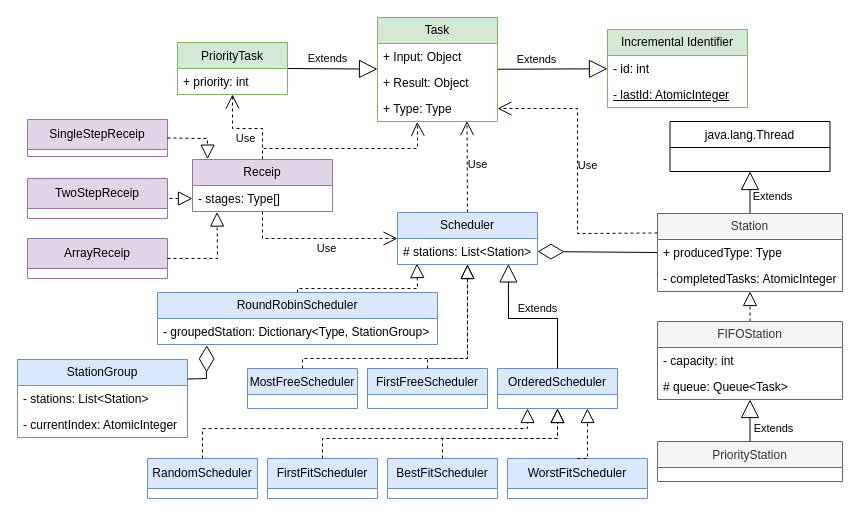
The draw.io diagram page "General class diagram" (1 of 2) of assets/class-diagram.drawio in Richie314/McDonaldScheduler, before the edit. Source tidied: cells renumbered, new cells numbered last; positions are measured from the earlier drawing's top-left corner, leaving out a move shared by most shapes. Both pictures are drawn from the tidied source at 100%, with x=0, y=0 at pixel (17, 17).
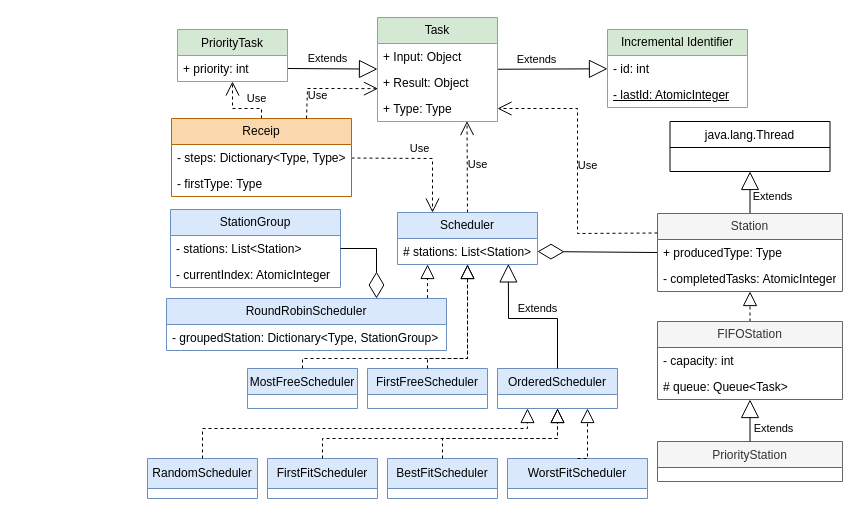
The same diagram, later.

Commit message (it also covers changes not shown here):
Modified Receipt to use a Dictionary instead of an array

The change refers to these unchanged cells:
```xml
<mxCell id="26" value="- stations: List&amp;lt;Station&amp;gt;" style="text;strokeColor=none;fillColor=none;align=left;verticalAlign=top;spacingLeft=4;spacingRight=4;overflow=hidden;points=[[0,0.5],[1,0.5]];portConstraint=eastwest;whiteSpace=wrap;html=1;" parent="25" vertex="1">
  <mxGeometry y="26" width="170" height="26" as="geometry" />
</mxCell>
<mxCell id="43" value="+ priority: int" style="text;strokeColor=none;fillColor=none;align=left;verticalAlign=top;spacingLeft=4;spacingRight=4;overflow=hidden;points=[[0,0.5],[1,0.5]];portConstraint=eastwest;whiteSpace=wrap;html=1;" parent="42" vertex="1">
  <mxGeometry y="26" width="110" height="26" as="geometry" />
</mxCell>
<mxCell id="44" value="Task" style="swimlane;fontStyle=0;horizontal=1;startSize=26;fillColor=#d5e8d4;whiteSpace=wrap;html=1;strokeColor=#82b366;fillStyle=auto;fontColor=light-dark(#000000,#000000);" parent="1" vertex="1">
  <mxGeometry x="360" width="120" height="104" as="geometry" />
</mxCell>
<mxCell id="46" value="+ Result: Object" style="text;strokeColor=none;fillColor=none;align=left;verticalAlign=top;spacingLeft=4;spacingRight=4;overflow=hidden;points=[[0,0.5],[1,0.5]];portConstraint=eastwest;whiteSpace=wrap;html=1;" parent="44" vertex="1">
  <mxGeometry y="52" width="120" height="26" as="geometry" />
</mxCell>
<mxCell id="47" value="+ Type: Type" style="text;strokeColor=none;fillColor=none;align=left;verticalAlign=top;spacingLeft=4;spacingRight=4;overflow=hidden;points=[[0,0.5],[1,0.5]];portConstraint=eastwest;whiteSpace=wrap;html=1;" parent="44" vertex="1">
  <mxGeometry y="78" width="120" height="26" as="geometry" />
</mxCell>
<mxCell id="49" value="Scheduler" style="swimlane;fontStyle=0;horizontal=1;startSize=26;fillColor=#dae8fc;whiteSpace=wrap;html=1;strokeColor=#6c8ebf;fontColor=light-dark(#000000,#000000);" parent="1" vertex="1">
  <mxGeometry x="380" y="195" width="140" height="52" as="geometry" />
</mxCell>
<mxCell id="50" value="# stations: List&amp;lt;Station&amp;gt;" style="text;strokeColor=none;fillColor=none;align=left;verticalAlign=top;spacingLeft=4;spacingRight=4;overflow=hidden;points=[[0,0.5],[1,0.5]];portConstraint=eastwest;whiteSpace=wrap;html=1;" parent="49" vertex="1">
  <mxGeometry y="26" width="140" height="26" as="geometry" />
</mxCell>
<mxCell id="52" value="- groupedStation: Dictionary&amp;lt;Type, StationGroup&amp;gt;" style="text;strokeColor=none;fillColor=none;align=left;verticalAlign=top;spacingLeft=4;spacingRight=4;overflow=hidden;points=[[0,0.5],[1,0.5]];portConstraint=eastwest;whiteSpace=wrap;html=1;fontColor=light-dark(#000000,#FFFFFF);" parent="51" vertex="1">
  <mxGeometry y="26" width="280" height="26" as="geometry" />
</mxCell>
```

Change to the diagram source:
```diff
@@
-    <mxCell id="11" value="ArrayReceip" style="swimlane;fontStyle=0;horizontal=1;startSize=30;whiteSpace=wrap;html=1;fillColor=#e1d5e7;strokeColor=#9673a6;shadow=0;fontColor=light-dark(#000000,#000000);" parent="1" vertex="1">
-      <mxGeometry x="10" y="221" width="140" height="40" as="geometry" />
-    </mxCell>
-    <mxCell id="12" value="SingleStepReceip" style="swimlane;fontStyle=0;horizontal=1;startSize=30;whiteSpace=wrap;html=1;fillColor=#e1d5e7;strokeColor=#9673a6;fontColor=light-dark(#000000,#000000);" parent="1" vertex="1">
-      <mxGeometry x="10" y="102" width="140" height="37" as="geometry" />
-    </mxCell>
@@
-    <mxCell id="14" style="endArrow=block;dashed=1;endFill=0;endSize=12;html=1;rounded=0;exitX=0.5;exitY=0;exitDx=0;exitDy=0;entryX=0.139;entryY=0.962;entryDx=0;entryDy=0;entryPerimeter=0;" parent="1" edge="1" source="51" target="50">
+    <mxCell id="14" style="endArrow=block;dashed=1;endFill=0;endSize=12;html=1;rounded=0;exitX=0.932;exitY=-0.007;exitDx=0;exitDy=0;exitPerimeter=0;entryX=0.215;entryY=0.999;entryDx=0;entryDy=0;entryPerimeter=0;" parent="1" edge="1" source="51" target="50">
       <mxGeometry relative="1" as="geometry">
         <Array as="points">
-          <mxPoint x="280" y="271" />
-          <mxPoint x="400" y="271" />
+          <mxPoint x="410" y="261" />
         </Array>
       </mxGeometry>
     </mxCell>
@@
-    <mxCell id="22" style="endArrow=block;dashed=1;endFill=0;endSize=12;html=1;rounded=0;entryX=0.108;entryY=-0.007;entryDx=0;entryDy=0;exitX=1;exitY=0.5;exitDx=0;exitDy=0;entryPerimeter=0;" parent="1" edge="1" source="12" target="37">
-      <mxGeometry relative="1" as="geometry">
-        <Array as="points">
-          <mxPoint x="190" y="121" />
-        </Array>
-      </mxGeometry>
-    </mxCell>
-    <mxCell id="23" style="endArrow=block;dashed=1;endFill=0;endSize=12;html=1;rounded=0;entryX=0;entryY=0.5;entryDx=0;entryDy=0;exitX=1;exitY=0.5;exitDx=0;exitDy=0;" parent="1" edge="1" source="60" target="38">
-      <mxGeometry relative="1" as="geometry">
-        <Array as="points">
-          <mxPoint x="130" y="181" />
-        </Array>
-      </mxGeometry>
-    </mxCell>
-    <mxCell id="24" style="endArrow=block;dashed=1;endFill=0;endSize=12;html=1;rounded=0;entryX=0.175;entryY=1.021;entryDx=0;entryDy=0;entryPerimeter=0;exitX=1;exitY=0.5;exitDx=0;exitDy=0;" parent="1" edge="1" source="11" target="38">
-      <mxGeometry relative="1" as="geometry">
-        <Array as="points">
-          <mxPoint x="200" y="241" />
-        </Array>
-      </mxGeometry>
-    </mxCell>
     <mxCell id="25" value="StationGroup" style="swimlane;fontStyle=0;horizontal=1;startSize=26;fillColor=#dae8fc;whiteSpace=wrap;html=1;strokeColor=#6c8ebf;fontColor=#000000;" parent="1" vertex="1">
-      <mxGeometry y="342" width="170" height="78" as="geometry" />
+      <mxGeometry x="153" y="192" width="170" height="78" as="geometry" />
     </mxCell>
@@
-    <mxCell id="28" style="endArrow=diamondThin;endFill=0;endSize=24;html=1;rounded=0;entryX=0.176;entryY=1.032;entryDx=0;entryDy=0;entryPerimeter=0;exitX=1;exitY=0.25;exitDx=0;exitDy=0;" parent="1" edge="1" source="25" target="52">
+    <mxCell id="28" style="endArrow=diamondThin;endFill=0;endSize=24;html=1;rounded=0;exitX=1;exitY=0.5;exitDx=0;exitDy=0;entryX=0.75;entryY=0;entryDx=0;entryDy=0;" parent="1" edge="1" source="26" target="51">
       <mxGeometry relative="1" as="geometry">
         <Array as="points">
-          <mxPoint x="189" y="361" />
+          <mxPoint x="359" y="231" />
         </Array>
       </mxGeometry>
     </mxCell>
-    <mxCell id="29" value="Extends" style="endArrow=block;endSize=16;endFill=0;html=1;rounded=0;exitX=1;exitY=0.5;exitDx=0;exitDy=0;" parent="1" edge="1" source="42" target="44">
+    <mxCell id="29" value="Extends" style="endArrow=block;endSize=16;endFill=0;html=1;rounded=0;exitX=1;exitY=0.5;exitDx=0;exitDy=0;" parent="1" edge="1" source="43" target="44">
       <mxGeometry x="-0.12" y="10" relative="1" as="geometry" />
     </mxCell>
@@
-    <mxCell id="34" style="endArrow=open;endSize=12;dashed=1;html=1;rounded=0;exitX=0.5;exitY=0;exitDx=0;exitDy=0;entryX=0.331;entryY=1.015;entryDx=0;entryDy=0;entryPerimeter=0;" parent="1" edge="1" source="37" target="47">
-      <mxGeometry x="0.03" y="10" relative="1" as="geometry">
-        <Array as="points">
-          <mxPoint x="245" y="131" />
-          <mxPoint x="400" y="131" />
-          <mxPoint x="400" y="121" />
-          <mxPoint x="400" y="111" />
-        </Array>
-        <mxPoint y="1" as="offset" />
-      </mxGeometry>
-    </mxCell>
     <mxCell id="35" value="Use" style="endArrow=open;endSize=12;dashed=1;html=1;rounded=0;exitX=0.5;exitY=0;exitDx=0;exitDy=0;" parent="1" edge="1" source="37" target="42">
-      <mxGeometry y="10" relative="1" as="geometry">
+      <mxGeometry x="-0.55" y="-10" relative="1" as="geometry">
         <Array as="points">
-          <mxPoint x="245" y="111" />
-          <mxPoint x="215" y="111" />
+          <mxPoint x="244" y="91" />
+          <mxPoint x="215" y="91" />
         </Array>
       </mxGeometry>
     </mxCell>
-    <mxCell id="36" value="Use" style="endArrow=open;endSize=12;dashed=1;html=1;rounded=0;exitX=0.5;exitY=1;exitDx=0;exitDy=0;" parent="1" edge="1" source="37" target="49">
-      <mxGeometry x="0.12" y="-10" relative="1" as="geometry">
+    <mxCell id="36" value="Use" style="endArrow=open;endSize=12;dashed=1;html=1;rounded=0;entryX=0.25;entryY=0;entryDx=0;entryDy=0;" parent="1" edge="1" source="37" target="49">
+      <mxGeometry y="10" relative="1" as="geometry">
         <Array as="points">
-          <mxPoint x="245" y="221" />
+          <mxPoint x="415" y="141" />
         </Array>
       </mxGeometry>
     </mxCell>
-    <mxCell id="37" value="Receip" style="swimlane;fontStyle=0;horizontal=1;startSize=26;fillColor=#e1d5e7;whiteSpace=wrap;html=1;strokeColor=#9673a6;fontColor=light-dark(#000000,#000000);" parent="1" vertex="1">
-      <mxGeometry x="175" y="142" width="140" height="52" as="geometry" />
-    </mxCell>
-    <mxCell id="38" value="- stages: Type[]" style="text;strokeColor=none;fillColor=none;align=left;verticalAlign=top;spacingLeft=4;spacingRight=4;overflow=hidden;points=[[0,0.5],[1,0.5]];portConstraint=eastwest;whiteSpace=wrap;html=1;" parent="37" vertex="1">
-      <mxGeometry y="26" width="140" height="26" as="geometry" />
-    </mxCell>
@@
     <mxCell id="42" value="PriorityTask" style="swimlane;fontStyle=0;align=center;verticalAlign=top;horizontal=1;startSize=26;whiteSpace=wrap;html=1;fillColor=#d5e8d4;strokeColor=#82b366;fontColor=light-dark(#000000,#000000);" parent="1" vertex="1">
-      <mxGeometry x="160" y="25" width="110" height="52" as="geometry" />
+      <mxGeometry x="160" y="12" width="110" height="52" as="geometry" />
     </mxCell>
@@
     <mxCell id="51" value="RoundRobinScheduler" style="swimlane;fontStyle=0;horizontal=1;startSize=26;fillColor=#dae8fc;whiteSpace=wrap;html=1;strokeColor=#6c8ebf;fontColor=#000000;" parent="1" vertex="1">
-      <mxGeometry x="140" y="275" width="280" height="52" as="geometry" />
+      <mxGeometry x="149" y="281" width="280" height="52" as="geometry" />
     </mxCell>
@@
-    <mxCell id="60" value="TwoStepReceip" style="swimlane;fontStyle=0;horizontal=1;startSize=30;whiteSpace=wrap;html=1;fillColor=#e1d5e7;strokeColor=#9673a6;fontColor=light-dark(#000000,#000000);" parent="1" vertex="1">
-      <mxGeometry x="10" y="161" width="140" height="40" as="geometry" />
-    </mxCell>
+    <mxCell id="37" value="&lt;font style=&quot;color: rgb(0, 0, 0);&quot;&gt;Receip&lt;/font&gt;" style="swimlane;fontStyle=0;horizontal=1;startSize=26;fillColor=#fad7ac;whiteSpace=wrap;html=1;strokeColor=#b46504;" parent="1" vertex="1">
+      <mxGeometry x="154" y="101" width="180" height="78" as="geometry" />
+    </mxCell>
+    <mxCell id="61" value="- steps: Dictionary&amp;lt;Type, Type&amp;gt;" style="text;strokeColor=none;fillColor=none;align=left;verticalAlign=top;spacingLeft=4;spacingRight=4;overflow=hidden;whiteSpace=wrap;html=1;" parent="37" vertex="1">
+      <mxGeometry y="26" width="180" height="26" as="geometry" />
+    </mxCell>
+    <mxCell id="62" value="- firstType: Type" style="text;strokeColor=none;fillColor=none;align=left;verticalAlign=top;spacingLeft=4;spacingRight=4;overflow=hidden;whiteSpace=wrap;html=1;" parent="37" vertex="1">
+      <mxGeometry y="52" width="180" height="26" as="geometry" />
+    </mxCell>
+    <mxCell id="63" value="Use" style="endArrow=open;endSize=12;dashed=1;html=1;rounded=0;exitX=0.75;exitY=0;exitDx=0;exitDy=0;entryX=0.004;entryY=0.737;entryDx=0;entryDy=0;entryPerimeter=0;" parent="1" edge="1" source="37" target="46">
+      <mxGeometry x="-0.55" y="-10" relative="1" as="geometry">
+        <Array as="points">
+          <mxPoint x="290" y="71" />
+          <mxPoint x="306" y="71" />
+        </Array>
+      </mxGeometry>
+    </mxCell>
```
